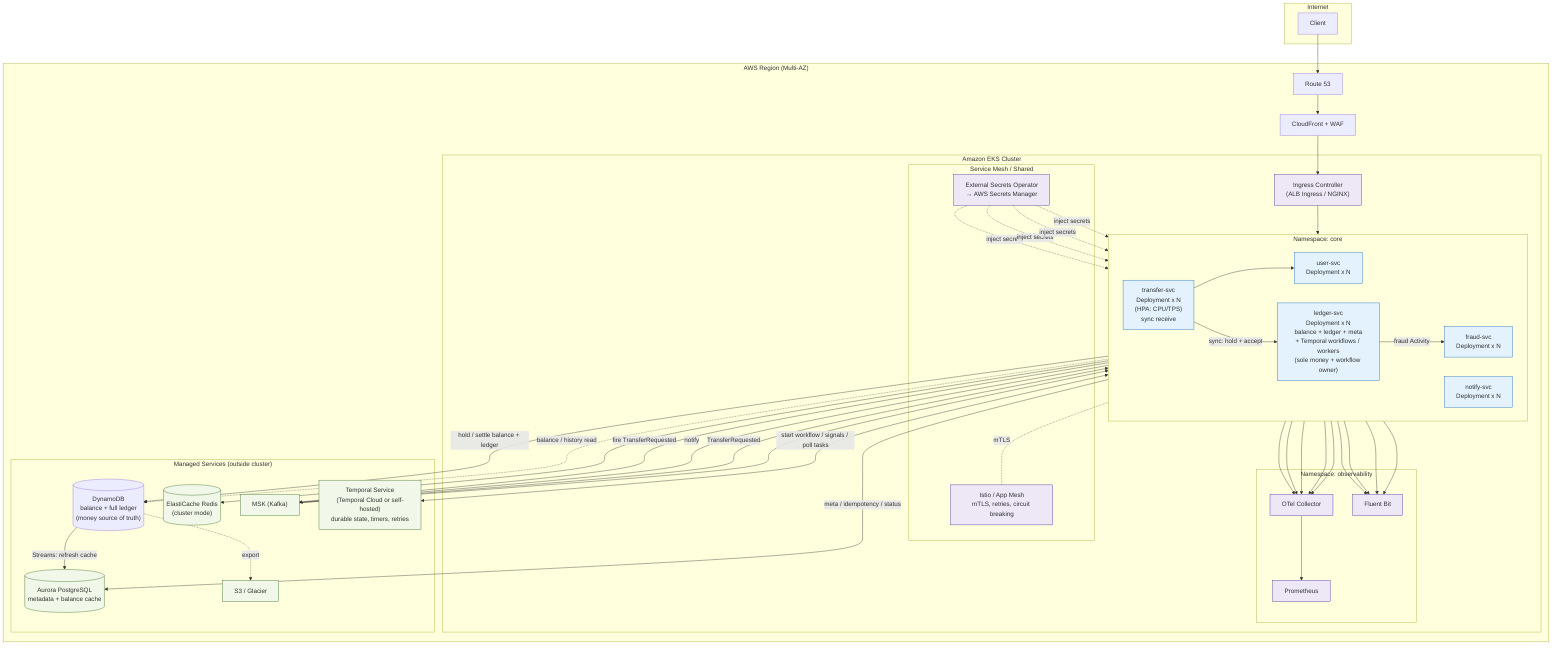
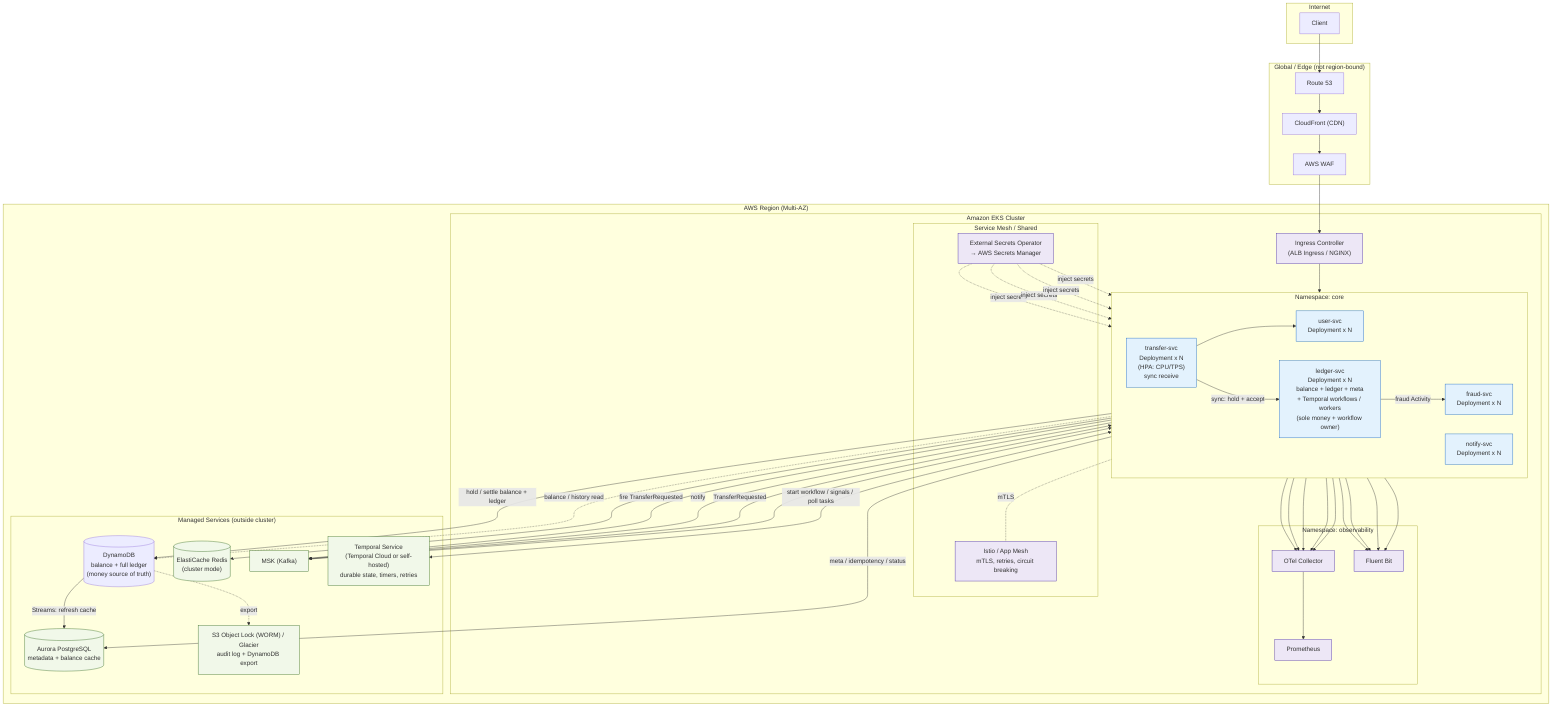
graph TB
    subgraph Internet["Internet"]
        U["Client"]
    end

+     subgraph Edge["Global / Edge (not region-bound)"]
+         R53["Route 53"]
+         CF["CloudFront (CDN)"]
+         WAF["AWS WAF"]
+     end
+ 
    subgraph AWS["AWS Region (Multi-AZ)"]
-         R53["Route 53"]
-         WAFCF["CloudFront + WAF"]
- 
        subgraph EKS["Amazon EKS Cluster"]
            ING["Ingress Controller<br/>(ALB Ingress / NGINX)"]

            subgraph NSCore["Namespace: core"]
                direction LR
                TPOD["transfer-svc<br/>Deployment x N<br/>(HPA: CPU/TPS)<br/>sync receive"]
                LPOD["ledger-svc<br/>Deployment x N<br/>balance + ledger + meta<br/>+ Temporal workflows / workers<br/>(sole money + workflow owner)"]
                FPOD["fraud-svc<br/>Deployment x N"]
                UPOD["user-svc<br/>Deployment x N"]
                NPOD["notify-svc<br/>Deployment x N"]
            end

            subgraph NSMesh["Service Mesh / Shared"]
                MESH["Istio / App Mesh<br/>mTLS, retries, circuit breaking"]
                ESO["External Secrets Operator<br/>→ AWS Secrets Manager"]
            end

            subgraph NSObs["Namespace: observability"]
                PROM["Prometheus"]
                OTEL["OTel Collector"]
                FLUENT["Fluent Bit"]
            end
        end

        subgraph Managed["Managed Services (outside cluster)"]
            DDB[("DynamoDB<br/>balance + full ledger<br/>(money source of truth)")]
            AURORA[("Aurora PostgreSQL<br/>metadata + balance cache")]
            REDIS[("ElastiCache Redis<br/>(cluster mode)")]
            MSK["MSK (Kafka)"]
            TEMPORAL["Temporal Service<br/>(Temporal Cloud or self-hosted)<br/>durable state, timers, retries"]
-             S3B["S3 / Glacier"]
+             S3B["S3 Object Lock (WORM) / Glacier<br/>audit log + DynamoDB export"]
        end
    end

-     U --> R53 --> WAFCF --> ING
+     U --> R53 --> CF --> WAF --> ING
    ING --> TPOD
    TPOD -.mTLS.- MESH
    TPOD --> UPOD
    TPOD --> REDIS
    TPOD -->|sync: hold + accept| LPOD
    TPOD -->|fire TransferRequested| MSK
    LPOD -->|hold / settle balance + ledger| DDB
    LPOD -->|meta / idempotency / status| AURORA
    MSK -->|TransferRequested| LPOD
    LPOD <-->|start workflow / signals / poll tasks| TEMPORAL
    LPOD -->|fraud Activity| FPOD
    LPOD -->|notify| MSK
    MSK --> NPOD
    LPOD -.balance / history read.-> DDB
    DDB -->|Streams: refresh cache| AURORA
    ESO -.inject secrets.-> TPOD & LPOD & FPOD & UPOD
    TPOD & LPOD & FPOD & UPOD & NPOD --> OTEL
    OTEL --> PROM
    TPOD & LPOD & FPOD & UPOD --> FLUENT
    DDB -.export.-> S3B

    classDef pod fill:#e3f2fd,stroke:#1565c0,stroke-width:1px;
    classDef infra fill:#ede7f6,stroke:#4527a0,stroke-width:1px;
    classDef data fill:#f1f8e9,stroke:#33691e,stroke-width:1px;
    class TPOD,LPOD,FPOD,UPOD,NPOD pod;
    class MESH,ESO,PROM,OTEL,FLUENT,ING infra;
    class AURORA,REDIS,MSK,TEMPORAL,S3B data;
